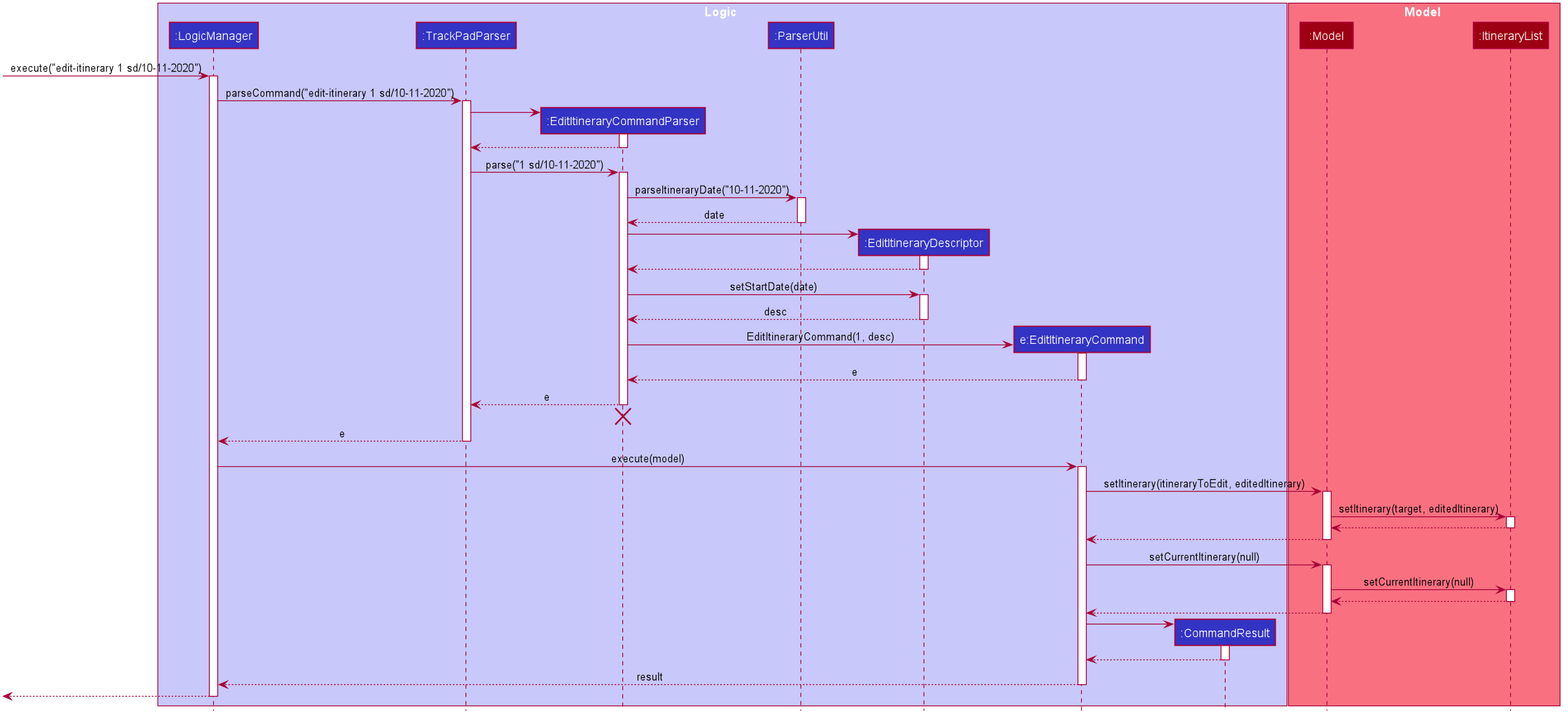
Above: docs/images/devguideimages/EditItinerarySequenceDiagram.png in yuxuanxc/tp (PlantUML), before the change. Source of this version:
```plantuml
@startuml








skinparam BackgroundColor #FFFFFFF

skinparam Shadowing false

skinparam Class {
    FontColor #FFFFFF
    BorderThickness 1
    BorderColor #FFFFFF
    StereotypeFontColor #FFFFFF
    FontName Arial
}

skinparam Actor {
    BorderColor #000000
    Color #000000
    FontName Arial
}

skinparam Sequence {
    MessageAlign center
    BoxFontSize 15
    BoxPadding 0
    BoxFontColor #FFFFFF
    FontName Arial
}

skinparam Participant {
    FontColor #FFFFFFF
    Padding 20
}

skinparam MinClassWidth 50
skinparam ParticipantPadding 10
skinparam Shadowing false
skinparam DefaultTextAlignment center
skinparam packageStyle Rectangle

hide footbox
hide members
hide circle

box Logic #C8C8FA
participant ":LogicManager" as LogicManager #3333C4
participant ":TrackPadParser" as TrackPadParser #3333C4
participant ":EditItineraryCommandParser" as EditItineraryCommandParser #3333C4
participant ":ParserUtil" as ParserUtil #3333C4
participant ":EditItineraryDescriptor" as EditItineraryDescriptor #3333C4
participant "e:EditItineraryCommand" as EditItineraryCommand #3333C4
participant ":CommandResult" as CommandResult #3333C4
end box

box Model #F97181
participant ":Model" as Model #9D0012
participant ":ItineraryList" as ItineraryList #9D0012
end box

[-> LogicManager : execute("edit-itinerary 1 sd/10-11-2020")
activate LogicManager

LogicManager -> TrackPadParser : parseCommand("edit-itinerary 1 sd/10-11-2020")
activate TrackPadParser

create EditItineraryCommandParser
TrackPadParser -> EditItineraryCommandParser
activate EditItineraryCommandParser

EditItineraryCommandParser --> TrackPadParser
deactivate EditItineraryCommandParser

TrackPadParser -> EditItineraryCommandParser : parse("1 sd/10-11-2020")
activate EditItineraryCommandParser

EditItineraryCommandParser -> ParserUtil : parseItineraryDate("10-11-2020")
activate ParserUtil

ParserUtil --> EditItineraryCommandParser : date
deactivate ParserUtil

create EditItineraryDescriptor
EditItineraryCommandParser -> EditItineraryDescriptor
activate EditItineraryDescriptor

EditItineraryDescriptor --> EditItineraryCommandParser
deactivate EditItineraryDescriptor

EditItineraryCommandParser -> EditItineraryDescriptor : setStartDate(date)
activate EditItineraryDescriptor

EditItineraryDescriptor --> EditItineraryCommandParser : desc
deactivate EditItineraryDescriptor

create EditItineraryCommand
EditItineraryCommandParser -> EditItineraryCommand : EditItineraryCommand(1, desc)
activate EditItineraryCommand

EditItineraryCommand --> EditItineraryCommandParser : e
deactivate EditItineraryCommand

EditItineraryCommandParser --> TrackPadParser : e
deactivate EditItineraryCommandParser
EditItineraryCommandParser -[hidden]-> TrackPadParser
destroy EditItineraryCommandParser

TrackPadParser --> LogicManager : e
deactivate TrackPadParser

LogicManager -> EditItineraryCommand : execute(model)
activate EditItineraryCommand

EditItineraryCommand -> Model : setItinerary(itineraryToEdit, editedItinerary)
activate Model

Model -> ItineraryList : setItinerary(target, editedItinerary)
activate ItineraryList

ItineraryList --> Model
deactivate ItineraryList

Model --> EditItineraryCommand
deactivate Model

EditItineraryCommand -> Model : setCurrentItinerary(null)
activate Model

Model -> ItineraryList : setCurrentItinerary(null)
activate ItineraryList

ItineraryList --> Model
deactivate ItineraryList

Model --> EditItineraryCommand
deactivate Model

create CommandResult
EditItineraryCommand -> CommandResult
activate CommandResult

CommandResult --> EditItineraryCommand
deactivate CommandResult

EditItineraryCommand --> LogicManager : result
deactivate EditItineraryCommand

[<--LogicManager
deactivate LogicManager
@enduml
```
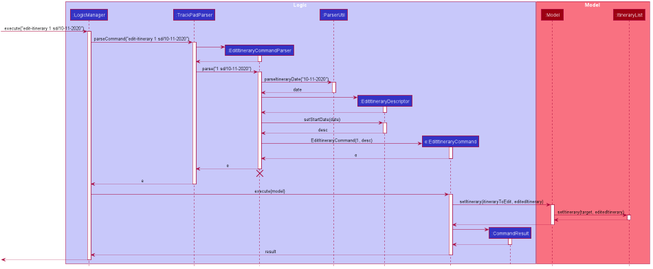
Later version of the same file.

Diff of the diagram source:
```diff
@@ -128,18 +128,6 @@
 Model --> EditItineraryCommand
 deactivate Model
 
-EditItineraryCommand -> Model : setCurrentItinerary(null)
-activate Model
-
-Model -> ItineraryList : setCurrentItinerary(null)
-activate ItineraryList
-
-ItineraryList --> Model
-deactivate ItineraryList
-
-Model --> EditItineraryCommand
-deactivate Model
-
 create CommandResult
 EditItineraryCommand -> CommandResult
 activate CommandResult
```
